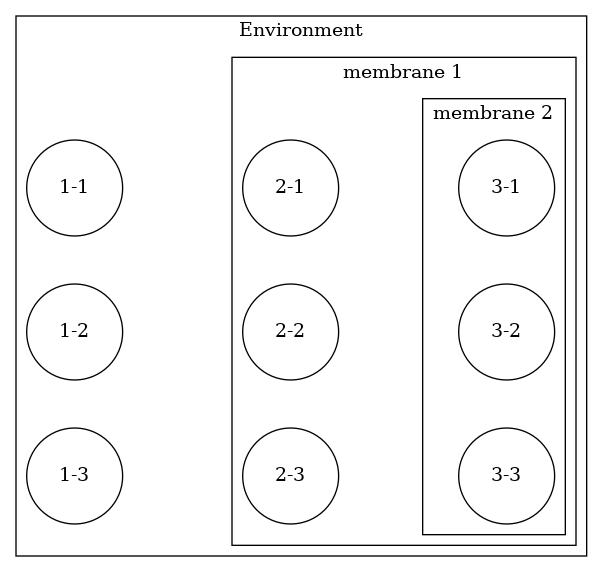
The Graphviz diagram docs/drawings/imgs/nested.png in baseline0/cyprus, before a commit. Its source is kept beside it as docs/drawings/nested.dot. Its diagram source:
```dot
digraph G {

    nodesep=1.25;
    splines=false;

    node[width=1, shape=circle];
    edge[style=invis];

    subgraph cluster_1 {
        label="Environment";
        "1-1" -> "1-2" -> "1-3";


        subgraph cluster_2 {
            label="membrane 1";
            "2-1" -> "2-2" -> "2-3";

            subgraph cluster_3 {
                label="membrane 2";
                "3-1" -> "3-2" -> "3-3";
            }

        }
    }

    edge[style=solid, penwidth=1, constraint=false];

}
```
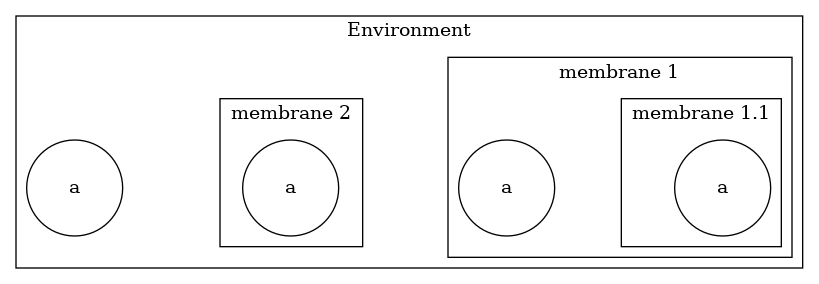
The same diagram one commit later.

Commit message:
show current convention for prefixing of dot elements for membranes

What changed in the source:
```diff
@@ -8,19 +8,25 @@
 
     subgraph cluster_1 {
         label="Environment";
-        "1-1" -> "1-2" -> "1-3";
+        e_a[label="a"]
 
 
-        subgraph cluster_2 {
+        subgraph cluster_m1 {
             label="membrane 1";
-            "2-1" -> "2-2" -> "2-3";
+            m1_a[label="a"]
 
-            subgraph cluster_3 {
-                label="membrane 2";
-                "3-1" -> "3-2" -> "3-3";
+            subgraph cluster_m1_1 {
+                label="membrane 1.1";
+                m1_1_a[label="a"]
             }
 
         }
+
+        subgraph cluster_m2 {
+            label="membrane 2";
+            m2_a[label="a"]
+        }
+
     }
 
     edge[style=solid, penwidth=1, constraint=false];
```
